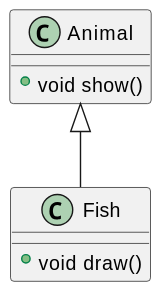
Above: assets/java-programming/images/10-class-diagram-3.svg in rewls/rewls.github.io (PlantUML), before the change.
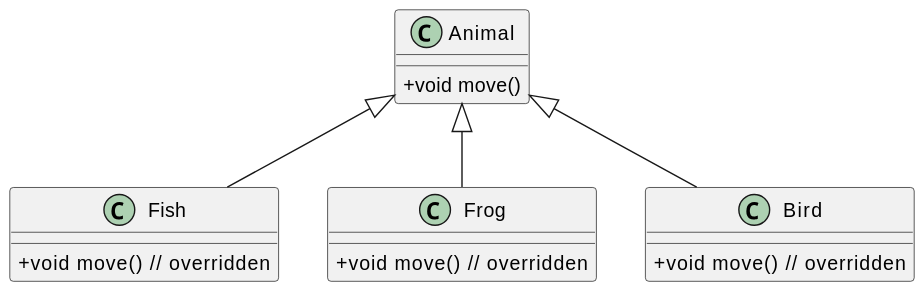
The same diagram one commit later.

Diff of the diagram source:
```diff
@@ -1,10 +1,19 @@
 @startuml 10-class-diagram-3
+skinparam classAttributeIconSize 0
 class Animal {
-	+ void show()
+	+ void move()
 }
 class Fish {
-	+ void draw()
+	+ void move()  // overridden
+}
+class Frog {
+	+ void move()  // overridden
+}
+class Bird {
+	+ void move()  // overridden
 }
 
 Fish -u-|> Animal
+Frog -u-|> Animal
+Bird -u-|> Animal
 @enduml
```
